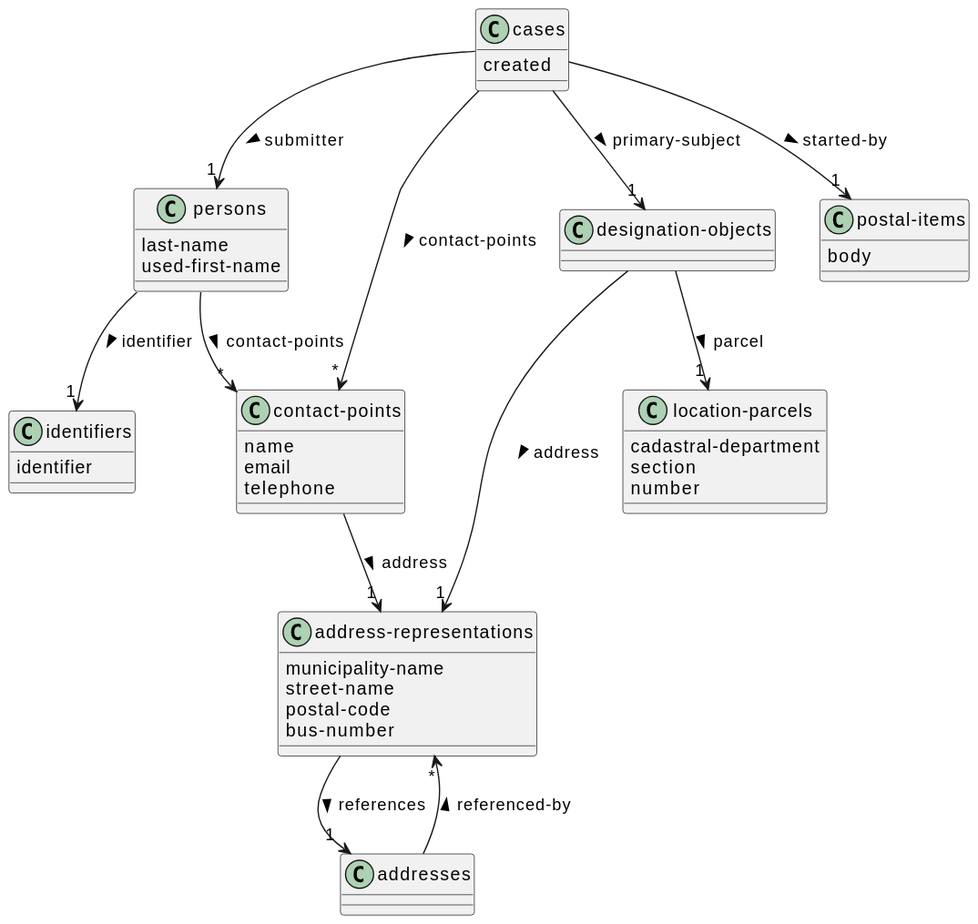
Earlier version of the PlantUML export doc/jsonapi-domain.svg (lblod/app-erfgoed-lblod-groep6).
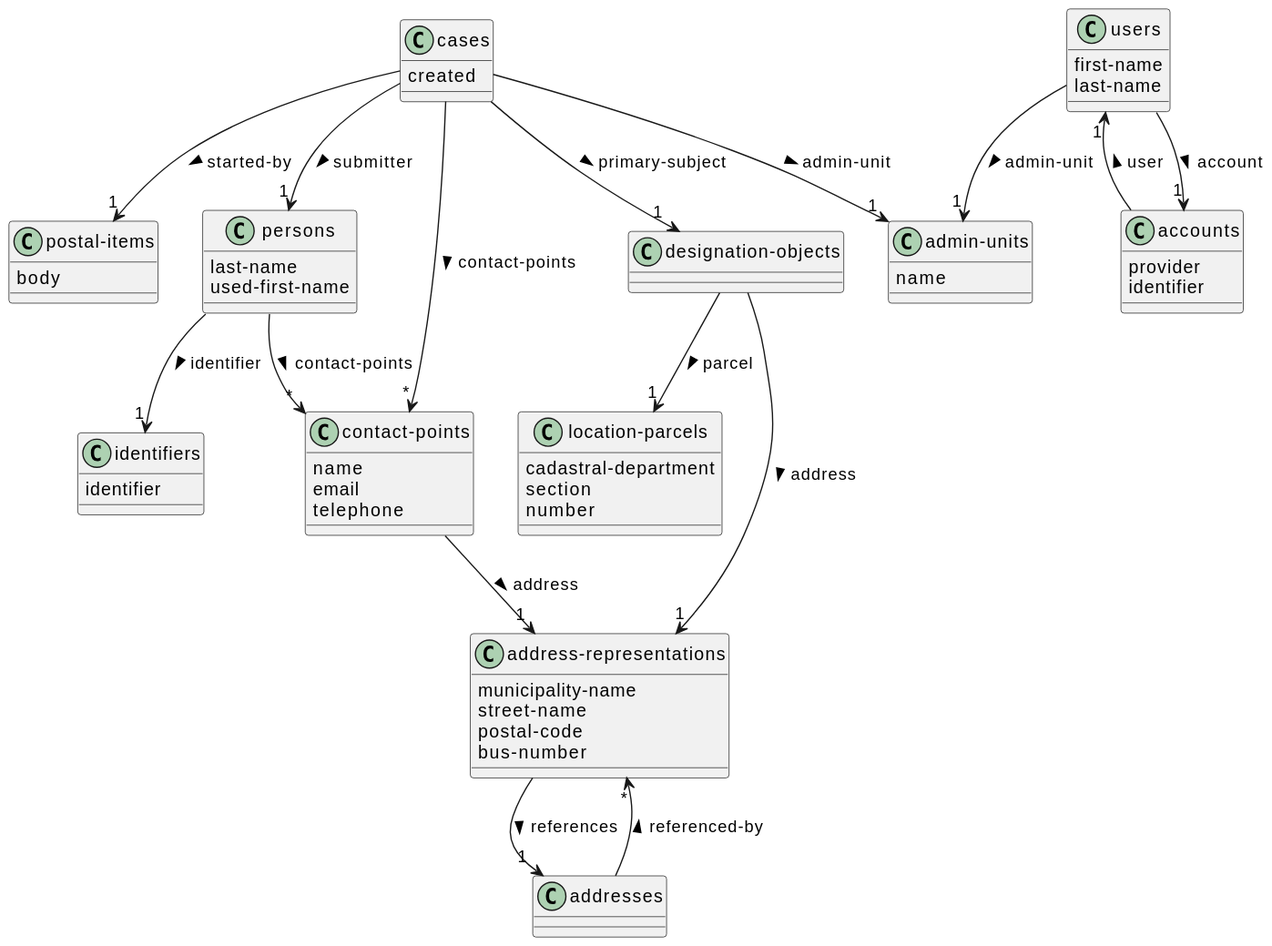
After the commit.

Commit message:
udpate domain

The edit, as a diff of the source:
```diff
@@ -10,10 +10,21 @@
 class "designation-objects"
 "designation-objects" --> "1" "address-representations" : address >
 "designation-objects" --> "1" "location-parcels" : parcel >
+class "users"
+"users" : first-name
+"users" : last-name
+"users" --> "1" "accounts" : account >
+"users" --> "1" "admin-units" : admin-unit >
 class "postal-items"
 "postal-items" : body
+class "accounts"
+"accounts" : provider
+"accounts" : identifier
+"accounts" --> "1" "users" : user >
 class "addresses"
 "addresses" --> "*" "address-representations" : referenced-by >
+class "admin-units"
+"admin-units" : name
 class "location-parcels"
 "location-parcels" : cadastral-department
 "location-parcels" : section
@@ -26,6 +37,7 @@
 "address-representations" --> "1" "addresses" : references >
 class "cases"
 "cases" : created
+"cases" --> "1" "admin-units" : admin-unit >
 "cases" --> "1" "postal-items" : started-by >
 "cases" --> "1" "persons" : submitter >
 "cases" --> "1" "designation-objects" : primary-subject >
```
